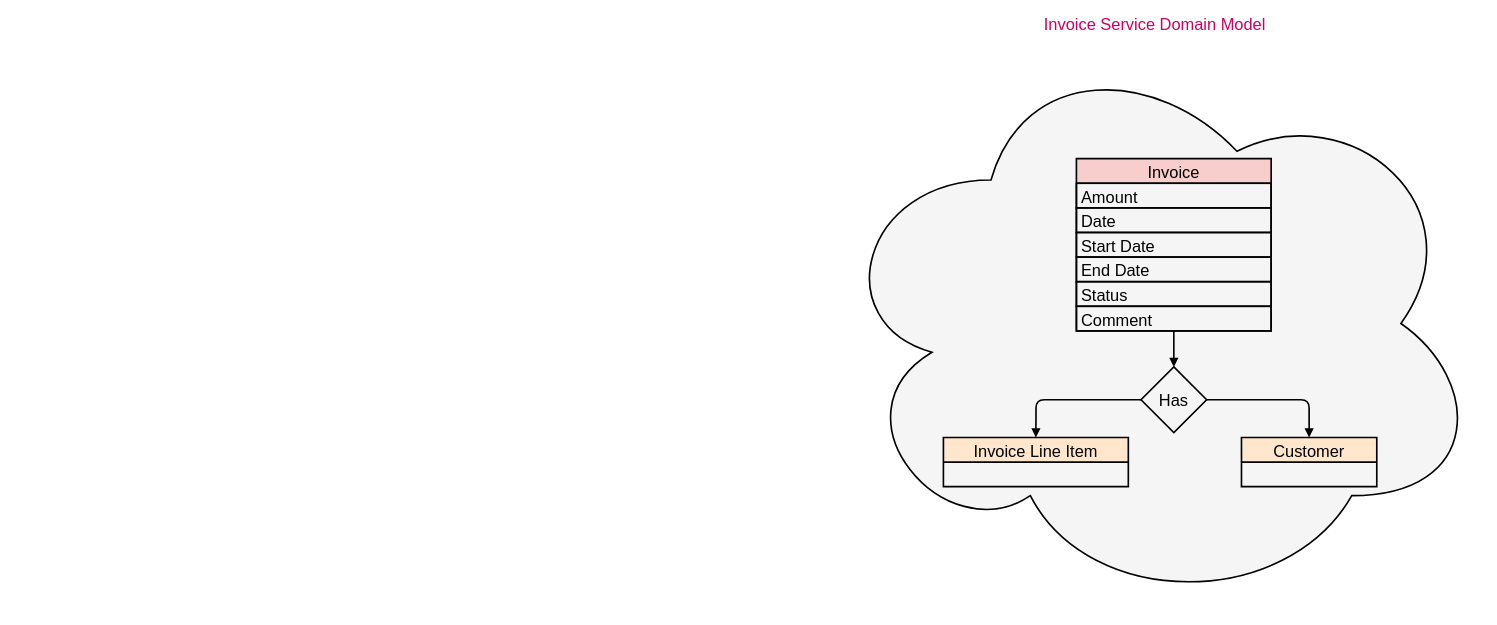
The draw.io diagram docs/diagram/invoice_service_domain_model.drawio in dudhwalas/dudhwala, before the edit. Source tidied: cells renumbered, new cells numbered last; positions are measured from the earlier drawing's top-left corner, leaving out a move shared by most shapes. Both pictures are drawn from the tidied source at 82%, with x=0, y=0 at pixel (827, 36).
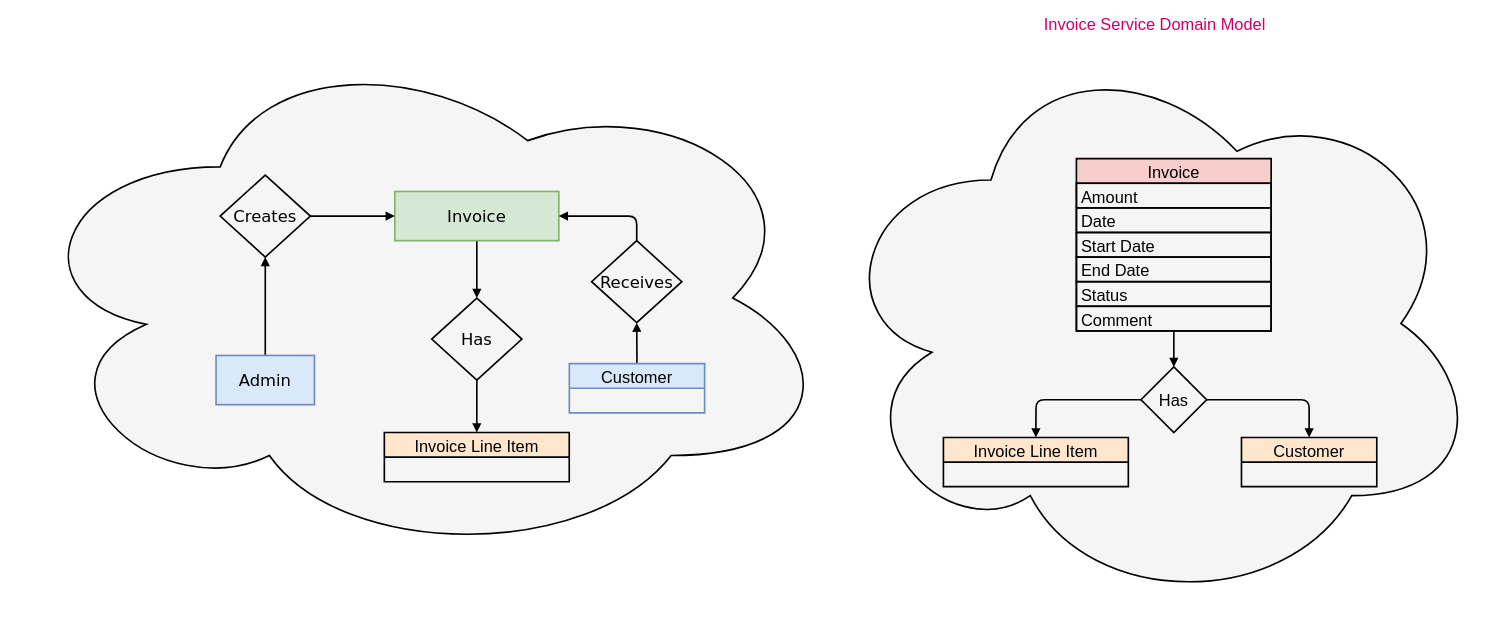
The same page after the edit.

Commit message (it also covers changes not shown here):
added product catalog service specs

What changed in the source:
```diff
@@
+    <mxCell id="16" style="ellipse;shape=cloud;whiteSpace=wrap;html=1;fillColor=#f5f5f5;fontColor=#CC0066;strokeColor=#000000;strokeWidth=2;labelPosition=center;verticalLabelPosition=top;align=center;verticalAlign=bottom;fontSize=20;" parent="1" vertex="1">
+      <mxGeometry x="-990" y="-1" width="1000" height="640" as="geometry" />
+    </mxCell>
+    <mxCell id="17" value="Invoice Line Item" style="swimlane;fontStyle=0;horizontal=1;startSize=30;fillColor=#ffe6cc;strokeColor=#000000;fontSize=20;strokeWidth=2;" parent="1" vertex="1">
+      <mxGeometry x="-539.8" y="483" width="225.5" height="60" as="geometry" />
+    </mxCell>
+    <mxCell id="18" style="edgeStyle=none;html=1;exitX=0.5;exitY=1;exitDx=0;exitDy=0;entryX=0.5;entryY=0;entryDx=0;entryDy=0;strokeWidth=2;endArrow=block;endFill=1;" parent="1" edge="1" source="19" target="21">
+      <mxGeometry relative="1" as="geometry" />
+    </mxCell>
+    <mxCell id="19" value="Invoice" style="rounded=0;whiteSpace=wrap;html=1;labelBackgroundColor=none;labelBorderColor=none;spacing=0;fontSize=20;fillColor=#d5e8d4;strokeColor=#82b366;sketch=0;glass=0;fontFamily=Verdana;strokeWidth=2;" parent="1" vertex="1">
+      <mxGeometry x="-527" y="189" width="200" height="60" as="geometry" />
+    </mxCell>
+    <mxCell id="20" style="edgeStyle=none;html=1;exitX=0.5;exitY=1;exitDx=0;exitDy=0;entryX=0.5;entryY=0;entryDx=0;entryDy=0;strokeWidth=2;endArrow=block;endFill=1;" parent="1" edge="1" source="21" target="17">
+      <mxGeometry relative="1" as="geometry" />
+    </mxCell>
+    <mxCell id="21" value="Has" style="rhombus;whiteSpace=wrap;html=1;fontSize=20;fillColor=none;strokeWidth=2;strokeColor=#000000;fontFamily=Verdana;" parent="1" vertex="1">
+      <mxGeometry x="-482" y="319" width="110" height="100" as="geometry" />
+    </mxCell>
+    <mxCell id="22" style="edgeStyle=none;html=1;exitX=0.5;exitY=0;exitDx=0;exitDy=0;entryX=0.5;entryY=1;entryDx=0;entryDy=0;endArrow=block;endFill=1;strokeWidth=2;" parent="1" edge="1" source="23" target="25">
+      <mxGeometry relative="1" as="geometry" />
+    </mxCell>
+    <mxCell id="23" value="Admin" style="rounded=0;whiteSpace=wrap;html=1;labelBackgroundColor=none;labelBorderColor=none;spacing=0;fontSize=20;fillColor=#dae8fc;strokeColor=#6c8ebf;sketch=0;glass=0;fontFamily=Verdana;strokeWidth=2;" parent="1" vertex="1">
+      <mxGeometry x="-745" y="389" width="120" height="60" as="geometry" />
+    </mxCell>
+    <mxCell id="24" style="edgeStyle=none;html=1;exitX=1;exitY=0.5;exitDx=0;exitDy=0;entryX=0;entryY=0.5;entryDx=0;entryDy=0;endArrow=block;endFill=1;strokeWidth=2;" parent="1" edge="1" source="25" target="19">
+      <mxGeometry relative="1" as="geometry" />
+    </mxCell>
+    <mxCell id="25" value="Creates" style="rhombus;whiteSpace=wrap;html=1;fontSize=20;fillColor=none;strokeWidth=2;strokeColor=#000000;fontFamily=Verdana;" parent="1" vertex="1">
+      <mxGeometry x="-740" y="169" width="110" height="100" as="geometry" />
+    </mxCell>
+    <mxCell id="26" style="edgeStyle=none;html=1;exitX=0.5;exitY=0;exitDx=0;exitDy=0;entryX=0.5;entryY=1;entryDx=0;entryDy=0;endArrow=block;endFill=1;strokeWidth=2;" parent="1" edge="1" source="27" target="29">
+      <mxGeometry relative="1" as="geometry" />
+    </mxCell>
+    <mxCell id="27" value="Customer" style="swimlane;fontStyle=0;horizontal=1;startSize=30;fillColor=#dae8fc;strokeColor=#6c8ebf;fontSize=20;strokeWidth=2;" parent="1" vertex="1">
+      <mxGeometry x="-314.2" y="399" width="165" height="60" as="geometry" />
+    </mxCell>
+    <mxCell id="28" style="edgeStyle=none;html=1;exitX=0.5;exitY=0;exitDx=0;exitDy=0;entryX=1;entryY=0.5;entryDx=0;entryDy=0;strokeWidth=2;endArrow=block;endFill=1;" parent="1" edge="1" source="29">
+      <mxGeometry relative="1" as="geometry">
+        <mxPoint x="-327" y="219" as="targetPoint" />
+        <Array as="points">
+          <mxPoint x="-232" y="219" />
+        </Array>
+      </mxGeometry>
+    </mxCell>
+    <mxCell id="29" value="Receives" style="rhombus;whiteSpace=wrap;html=1;fontSize=20;fillColor=none;strokeWidth=2;strokeColor=#000000;fontFamily=Verdana;" parent="1" vertex="1">
+      <mxGeometry x="-287" y="249" width="110" height="100" as="geometry" />
+    </mxCell>
```
